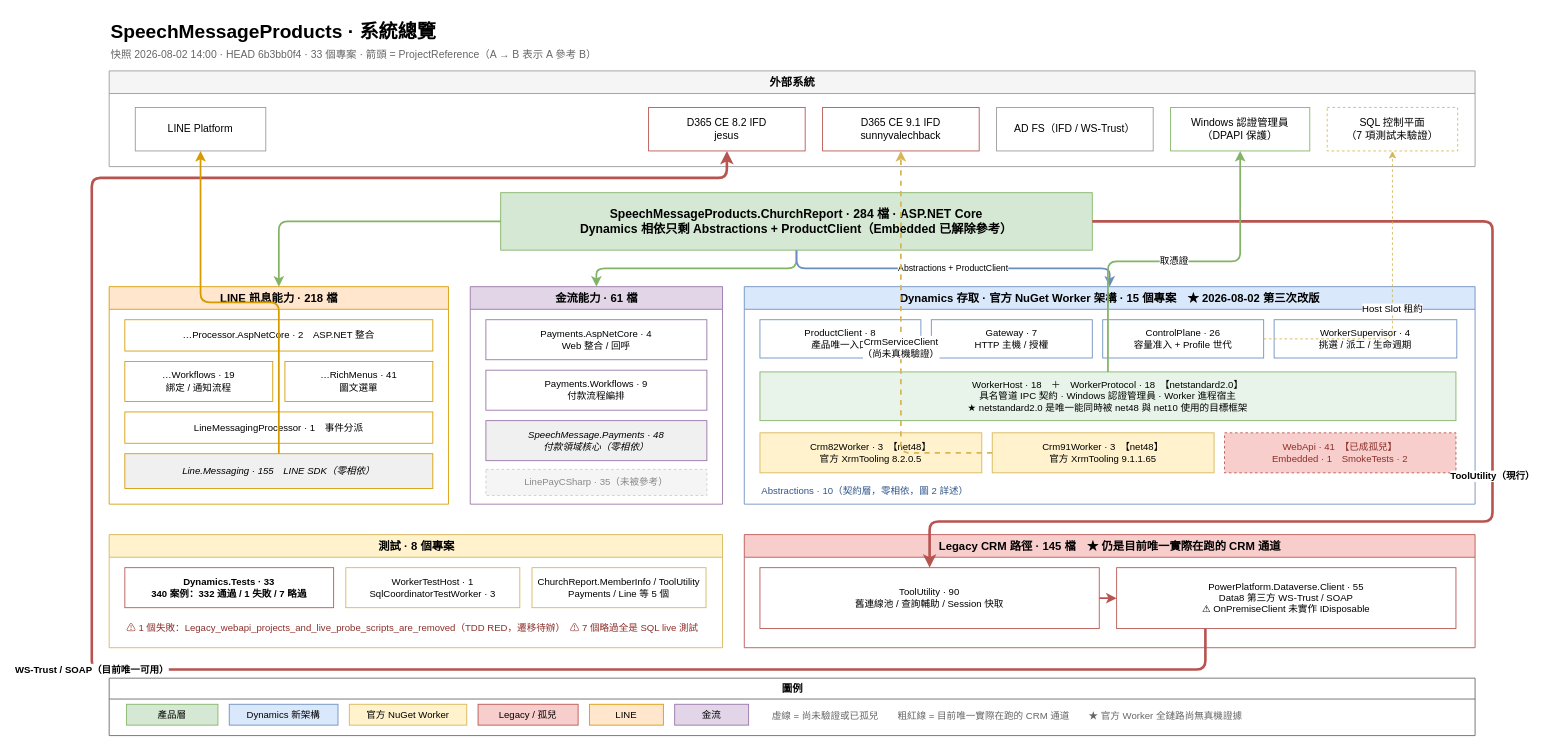
MengSung/SpeechMessageProducts keeps this draw.io diagram as page "1 · 系統總覽" (1 of 4) of docs/speechmessageproducts-architecture.drawio. Above is the earlier version. Source tidied: cells renumbered, new cells numbered last; positions are measured from the earlier drawing's top-left corner, leaving out a move shared by most shapes. Both pictures are drawn from the tidied source at 87%, with x=0, y=0 at pixel (91, 15).
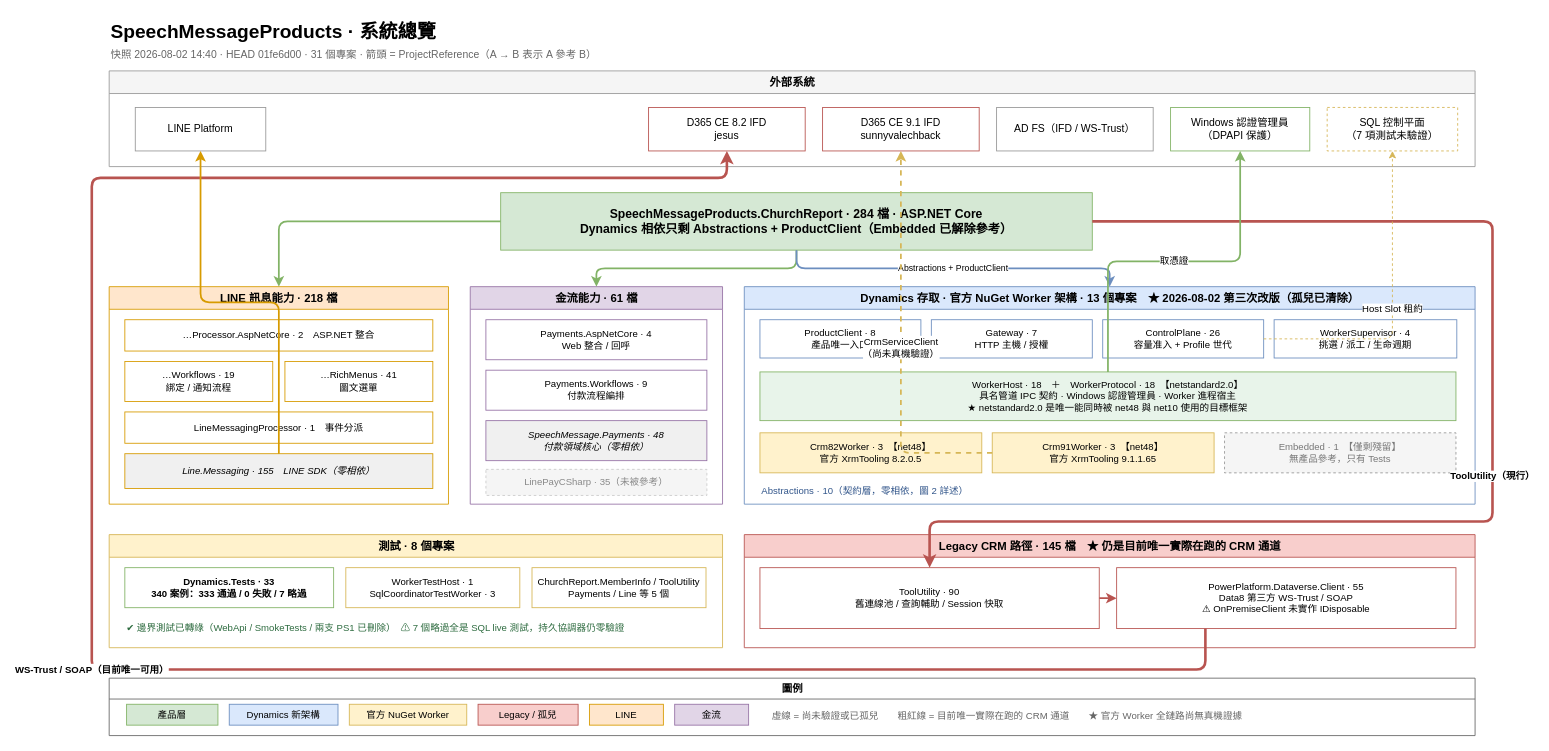
After the change.

Commit message (it also covers changes not shown here):
移除 WebApi/SmokeTests/診斷腳本並更新架構圖

本次完成 WebApi、SmokeTests 及診斷腳本的最終移除，更新 speechmessageproducts-architecture.drawio 架構圖與 .turns.json，重點如下：

- 架構圖標註 WebApi/SmokeTests/診斷腳本已清理，專案數由 33 減至 31，Dynamics 區塊由 15 減至 13。
- Embedded 專案僅保留測試參考，明確標註△。
- Dynamics.Tests 測試案例全數通過（333/0），唯一 RED 邊界測試已轉為 GREEN，僅 7 項 SQL live 測試略過。
- .turns.json 僅保留 Phase 4/5/6 相關記錄，移除重複並新增最新 implementation 進度。
- 所有說明、顏色標註、測試結果同步現況，確保無遺留 legacy 專案，架構圖與專案狀態一致。

The change refers to these unchanged cells:
```xml
<mxCell id="36" value="測試 · 8 個專案" style="swimlane;html=1;startSize=26;fillColor=#fff2cc;strokeColor=#d6b656;fontStyle=1;fontSize=13;" parent="1" vertex="1">
  <mxGeometry x="20" y="597" width="705" height="130" as="geometry" />
</mxCell>
```

What changed in the source:
```diff
@@
-    <mxCell id="3" value="快照 2026-08-02 14:00 · HEAD 6b3bb0f4 · 33 個專案 · 箭頭 = ProjectReference（A → B 表示 A 參考 B）" style="text;html=1;fontSize=12;fontColor=#666666;align=left;" parent="1" vertex="1">
+    <mxCell id="3" value="快照 2026-08-02 14:40 · HEAD 01fe6d00 · 31 個專案 · 箭頭 = ProjectReference（A → B 表示 A 參考 B）" style="text;html=1;fontSize=12;fontColor=#666666;align=left;" parent="1" vertex="1">
       <mxGeometry x="20" y="32" width="900" height="18" as="geometry" />
     </mxCell>
@@
-    <mxCell id="23" value="Dynamics 存取 · 官方 NuGet Worker 架構 · 15 個專案　★ 2026-08-02 第三次改版" style="swimlane;html=1;startSize=26;fillColor=#dae8fc;strokeColor=#6c8ebf;fontStyle=1;fontSize=13;" parent="1" vertex="1">
+    <mxCell id="23" value="Dynamics 存取 · 官方 NuGet Worker 架構 · 13 個專案　★ 2026-08-02 第三次改版（孤兒已清除）" style="swimlane;html=1;startSize=26;fillColor=#dae8fc;strokeColor=#6c8ebf;fontStyle=1;fontSize=13;" parent="1" vertex="1">
       <mxGeometry x="750" y="312" width="840" height="250" as="geometry" />
     </mxCell>
@@
-    <mxCell id="31" value="WebApi · 41　【已成孤兒】&#10;Embedded · 1　SmokeTests · 2" style="rounded=0;whiteSpace=wrap;html=1;fillColor=#f8cecc;strokeColor=#b85450;fontSize=11;dashed=1;fontColor=#8b2f2a;" parent="23" vertex="1">
+    <mxCell id="31" value="Embedded · 1　【僅剩殘留】&#10;無產品參考，只有 Tests" style="rounded=0;whiteSpace=wrap;html=1;fillColor=#f5f5f5;strokeColor=#999999;fontSize=11;dashed=1;fontColor=#777777;" parent="23" vertex="1">
       <mxGeometry x="552" y="168" width="266" height="46" as="geometry" />
     </mxCell>
@@
-    <mxCell id="37" value="Dynamics.Tests · 33&#10;340 案例：332 通過 / 1 失敗 / 7 略過" style="rounded=0;whiteSpace=wrap;html=1;fillColor=#ffffff;strokeColor=#b85450;fontSize=11;fontStyle=1;" parent="36" vertex="1">
+    <mxCell id="37" value="Dynamics.Tests · 33&#10;340 案例：333 通過 / 0 失敗 / 7 略過" style="rounded=0;whiteSpace=wrap;html=1;fillColor=#ffffff;strokeColor=#82b366;fontSize=11;fontStyle=1;" parent="36" vertex="1">
       <mxGeometry x="18" y="38" width="240" height="46" as="geometry" />
     </mxCell>
@@
-    <mxCell id="40" value="⚠ 1 個失敗：Legacy_webapi_projects_and_live_probe_scripts_are_removed（TDD RED，遷移待辦）　⚠ 7 個略過全是 SQL live 測試" style="text;html=1;fontSize=11;fontColor=#8b2f2a;align=left;" parent="36" vertex="1">
+    <mxCell id="40" value="✔ 邊界測試已轉綠（WebApi / SmokeTests / 兩支 PS1 已刪除）　⚠ 7 個略過全是 SQL live 測試，持久協調器仍零驗證" style="text;html=1;fontSize=11;fontColor=#2d6b3f;align=left;" parent="36" vertex="1">
       <mxGeometry x="18" y="94" width="670" height="18" as="geometry" />
     </mxCell>
```
